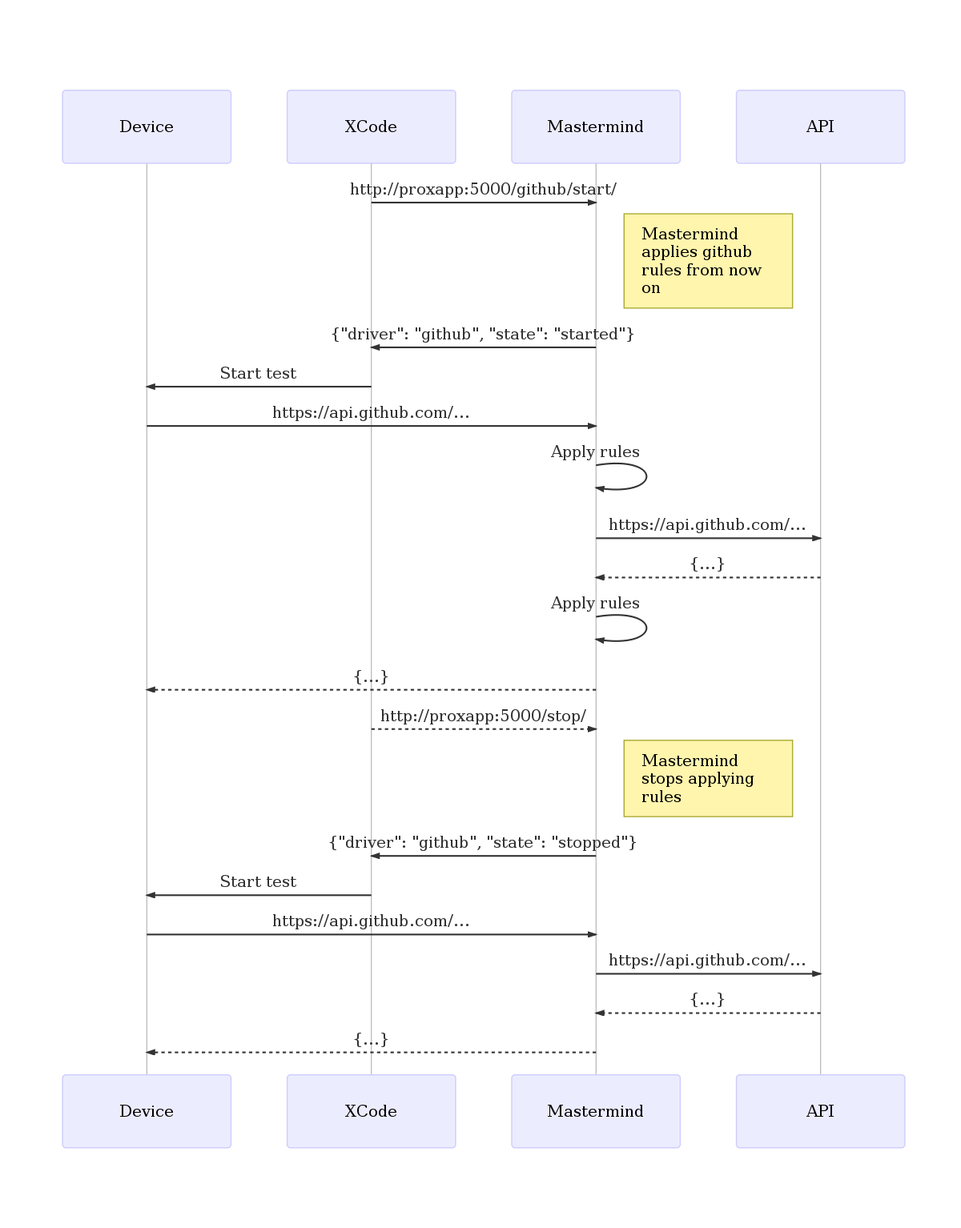
The Mermaid diagram docs/schematics/driver-stateful.mmd.png in ustwo/mastermind, before a commit. Its source is kept beside it as docs/schematics/driver-stateful.mmd. The source it was exported from:
```mermaid
sequenceDiagram
  participant Device
  participant XCode
  participant Mastermind
  participant API

  XCode->>Mastermind: http://proxapp:5000/github/start/
  Note right of Mastermind: Mastermind applies github rules from now on
  Mastermind->>XCode: {"driver": "github", "state": "started"}
  XCode->>Device: Start test
  Device->>Mastermind: https://api.github.com/...
  Mastermind->>Mastermind: Apply rules
  Mastermind->>API: https://api.github.com/...
  API-->>Mastermind: {...}
  Mastermind->>Mastermind: Apply rules
  Mastermind-->>Device: {...}
  XCode->>Mastermind: http://proxapp:5000/stop/
  Note right of Mastermind: Mastermind stops applying rules
  Mastermind->>XCode: {"driver": "github", "state": "stopped"}
  XCode->>Device: Start test
  Device->>Mastermind: https://api.github.com/...
  Mastermind->>API: https://api.github.com/...
  API-->>Mastermind: {...}
  Mastermind-->>Device: {...}
```
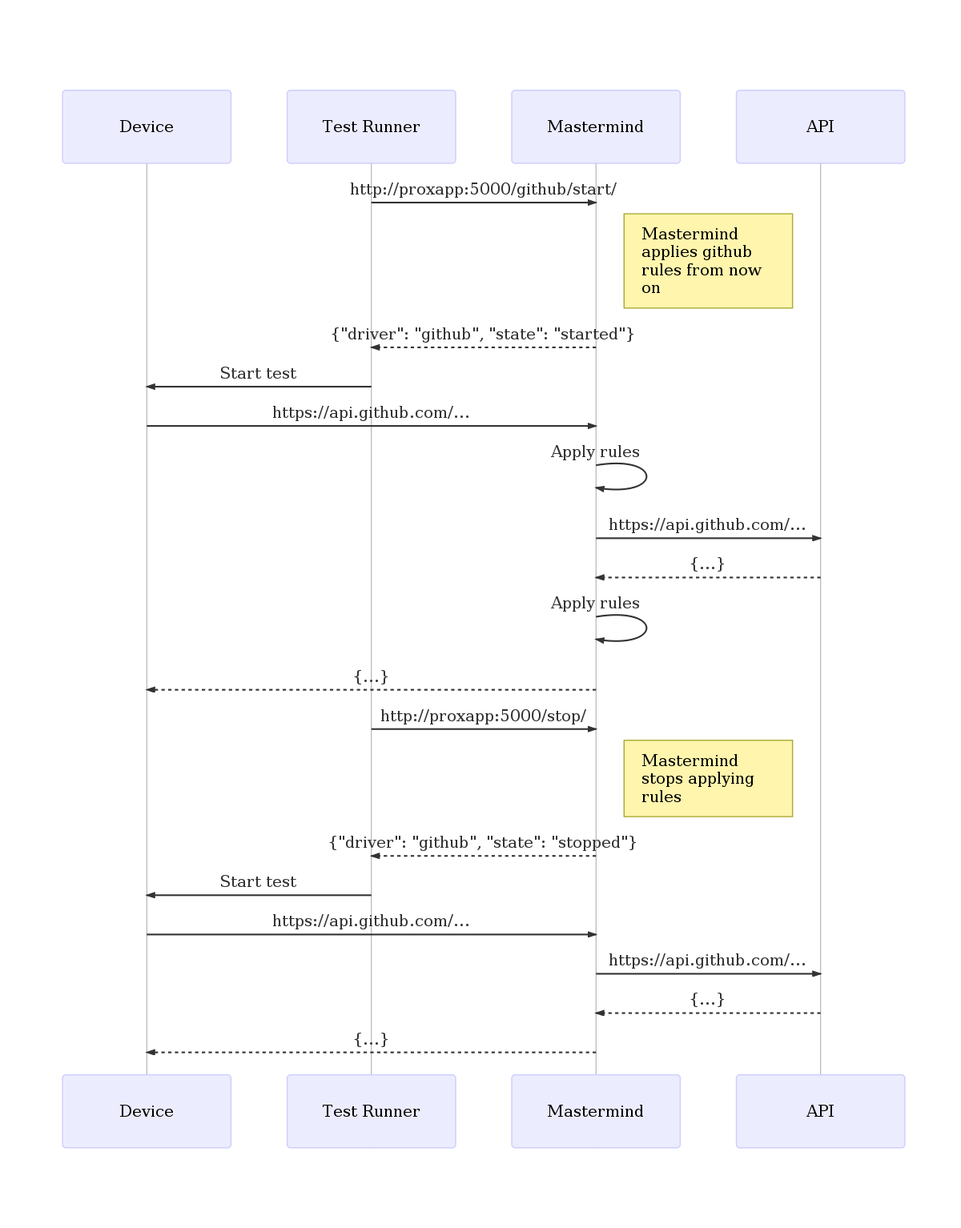
The same diagram one commit later.

Commit message:
Change wording in the schematics architecture

What changed in the source:
```diff
@@ -1,23 +1,23 @@
 sequenceDiagram
   participant Device
-  participant XCode
+  participant Test Runner
   participant Mastermind
   participant API
 
-  XCode->>Mastermind: http://proxapp:5000/github/start/
+  Test Runner->>Mastermind: http://proxapp:5000/github/start/
   Note right of Mastermind: Mastermind applies github rules from now on
-  Mastermind->>XCode: {"driver": "github", "state": "started"}
-  XCode->>Device: Start test
+  Mastermind-->>Test Runner: {"driver": "github", "state": "started"}
+  Test Runner->>Device: Start test
   Device->>Mastermind: https://api.github.com/...
   Mastermind->>Mastermind: Apply rules
   Mastermind->>API: https://api.github.com/...
   API-->>Mastermind: {...}
   Mastermind->>Mastermind: Apply rules
   Mastermind-->>Device: {...}
-  XCode->>Mastermind: http://proxapp:5000/stop/
+  Test Runner->>Mastermind: http://proxapp:5000/stop/
   Note right of Mastermind: Mastermind stops applying rules
-  Mastermind->>XCode: {"driver": "github", "state": "stopped"}
-  XCode->>Device: Start test
+  Mastermind-->>Test Runner: {"driver": "github", "state": "stopped"}
+  Test Runner->>Device: Start test
   Device->>Mastermind: https://api.github.com/...
   Mastermind->>API: https://api.github.com/...
   API-->>Mastermind: {...}
```
